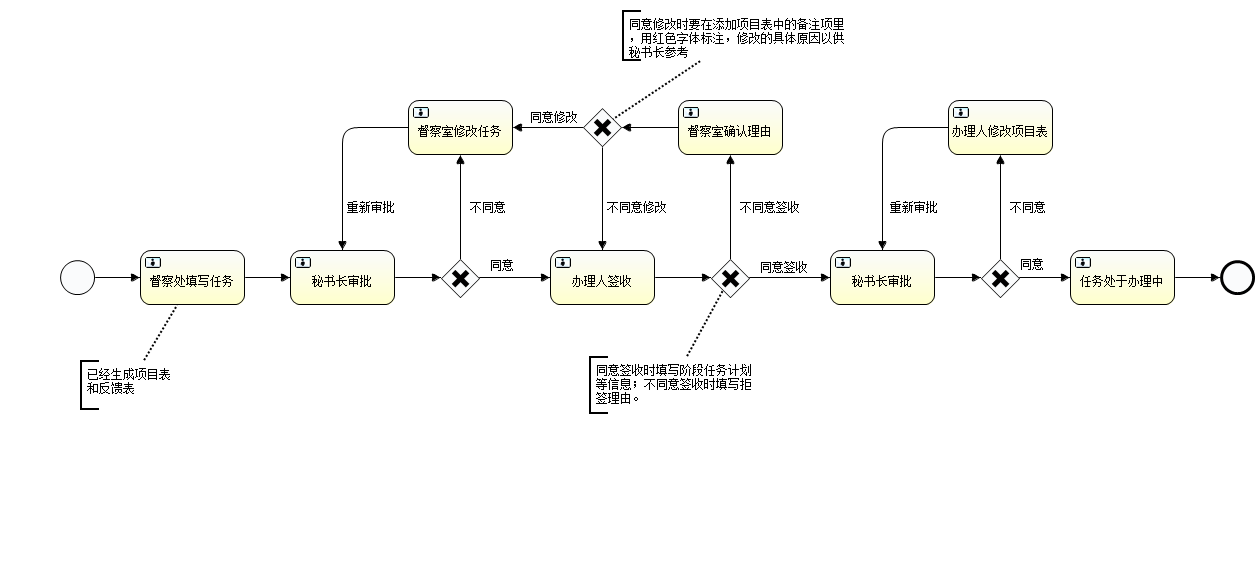
Earlier version of the BPMN export resources/bpmn/Service.png (zwdc/test1). Its source is kept beside it as resources/bpmn/Service.bpmn. Ids are renumbered.
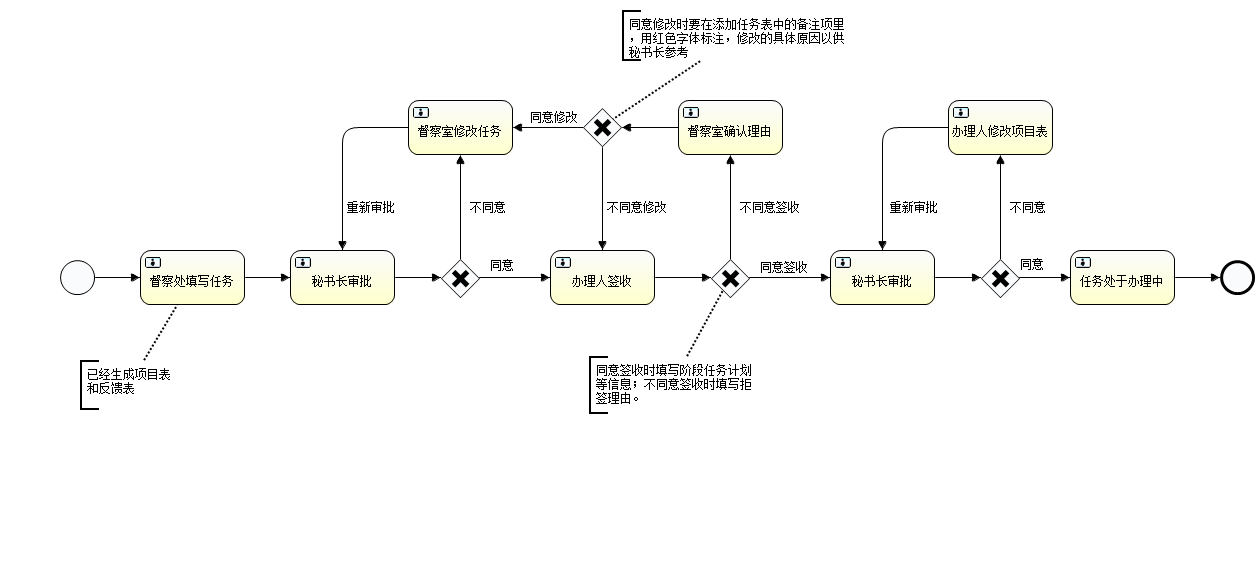
The same diagram one commit later.

Diff of the diagram source:
```diff
@@ -40,7 +40,7 @@
     </textAnnotation>
     <association id="association2" sourceRef="textannotation2" targetRef="exclusivegateway2"></association>
     <textAnnotation id="textannotation3">
-      <text>同意修改时要在添加项目表中的备注项里，用红色字体标注，修改的具体原因以供秘书长参考</text>
+      <text>同意修改时要在添加任务表中的备注项里，用红色字体标注，修改的具体原因以供秘书长参考</text>
     </textAnnotation>
     <association id="association3" sourceRef="textannotation3" targetRef="exclusivegateway3"></association>
   </process>
```
